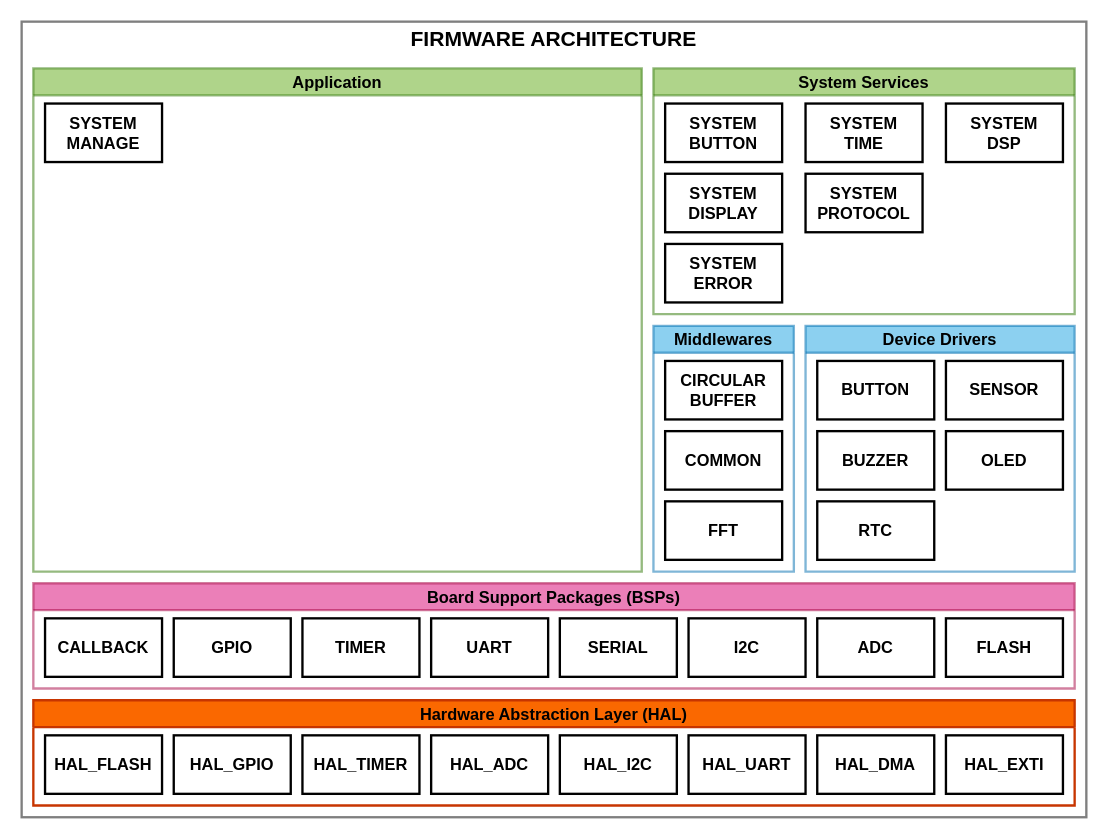
Earlier version of the draw.io diagram docs/diagrams/firmware_architecture.drawio (NgocKhanh0912/capstone_project). Source tidied: cells renumbered, new cells numbered last; positions are measured from the earlier drawing's top-left corner, leaving out a move shared by most shapes. Both pictures are drawn from the tidied source at 117%, with x=0, y=0 at pixel (21, 21).
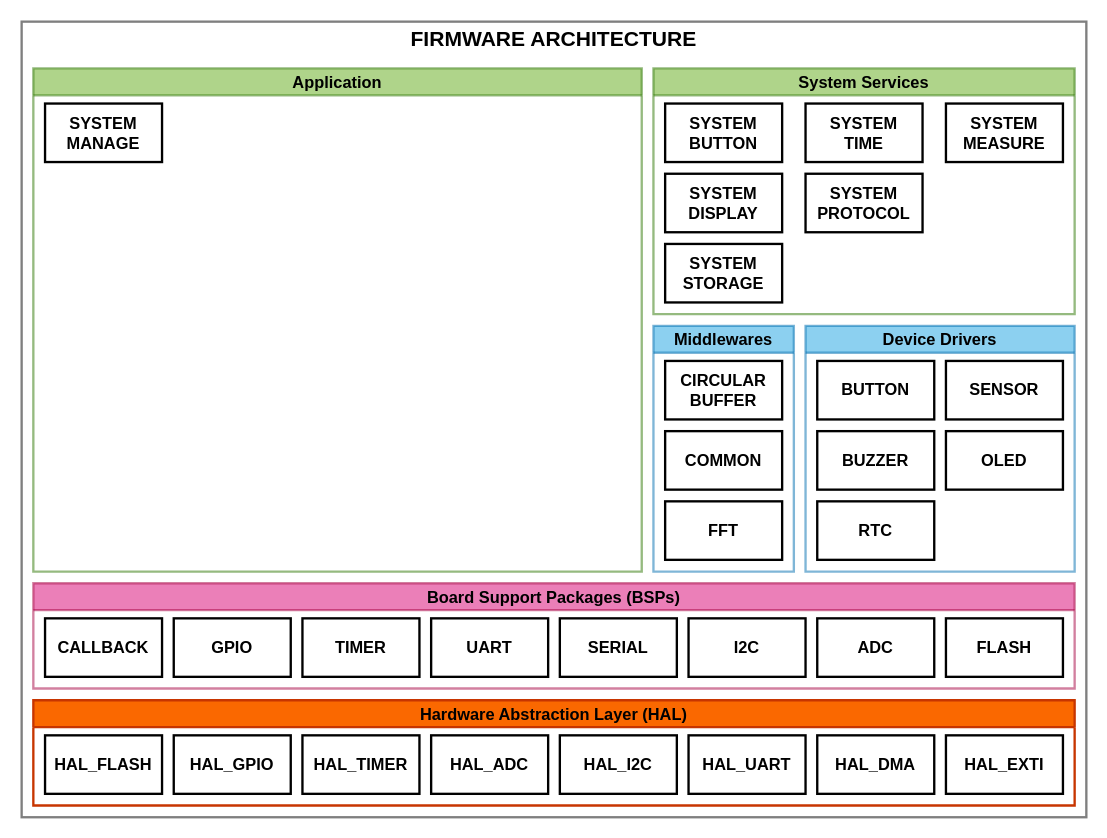
The same diagram, later.

Commit message (it also covers changes not shown here):
update: Update firmware architecture

The change refers to these unchanged cells:
```xml
<mxCell id="31" value="&lt;font color=&quot;#000000&quot;&gt;System Services&lt;/font&gt;" style="swimlane;whiteSpace=wrap;html=1;fillColor=#60a917;fontColor=#ffffff;strokeColor=#2D7600;strokeWidth=2;fontSize=14;opacity=50;" parent="1" vertex="1">
  <mxGeometry x="540" y="40" width="360" height="210" as="geometry" />
</mxCell>
```

What changed in the source:
```diff
@@
-    <mxCell id="33" value="SYSTEM &lt;br&gt;DSP" style="rounded=0;whiteSpace=wrap;html=1;fillColor=#FFFFFF;fontColor=#000000;fontStyle=1;fontSize=14;labelBorderColor=none;strokeColor=#000000;strokeWidth=2;" parent="31" vertex="1">
+    <mxCell id="33" value="SYSTEM &lt;br&gt;MEASURE" style="rounded=0;whiteSpace=wrap;html=1;fillColor=#FFFFFF;fontColor=#000000;fontStyle=1;fontSize=14;labelBorderColor=none;strokeColor=#000000;strokeWidth=2;" parent="31" vertex="1">
       <mxGeometry x="250" y="30" width="100" height="50" as="geometry" />
     </mxCell>
@@
-    <mxCell id="37" value="SYSTEM &lt;br&gt;ERROR" style="rounded=0;whiteSpace=wrap;html=1;fillColor=#FFFFFF;fontColor=#000000;fontStyle=1;fontSize=14;labelBorderColor=none;strokeColor=#000000;strokeWidth=2;" parent="1" vertex="1">
+    <mxCell id="37" value="SYSTEM &lt;br&gt;STORAGE" style="rounded=0;whiteSpace=wrap;html=1;fillColor=#FFFFFF;fontColor=#000000;fontStyle=1;fontSize=14;labelBorderColor=none;strokeColor=#000000;strokeWidth=2;" parent="1" vertex="1">
       <mxGeometry x="550" y="190" width="100" height="50" as="geometry" />
     </mxCell>
```
